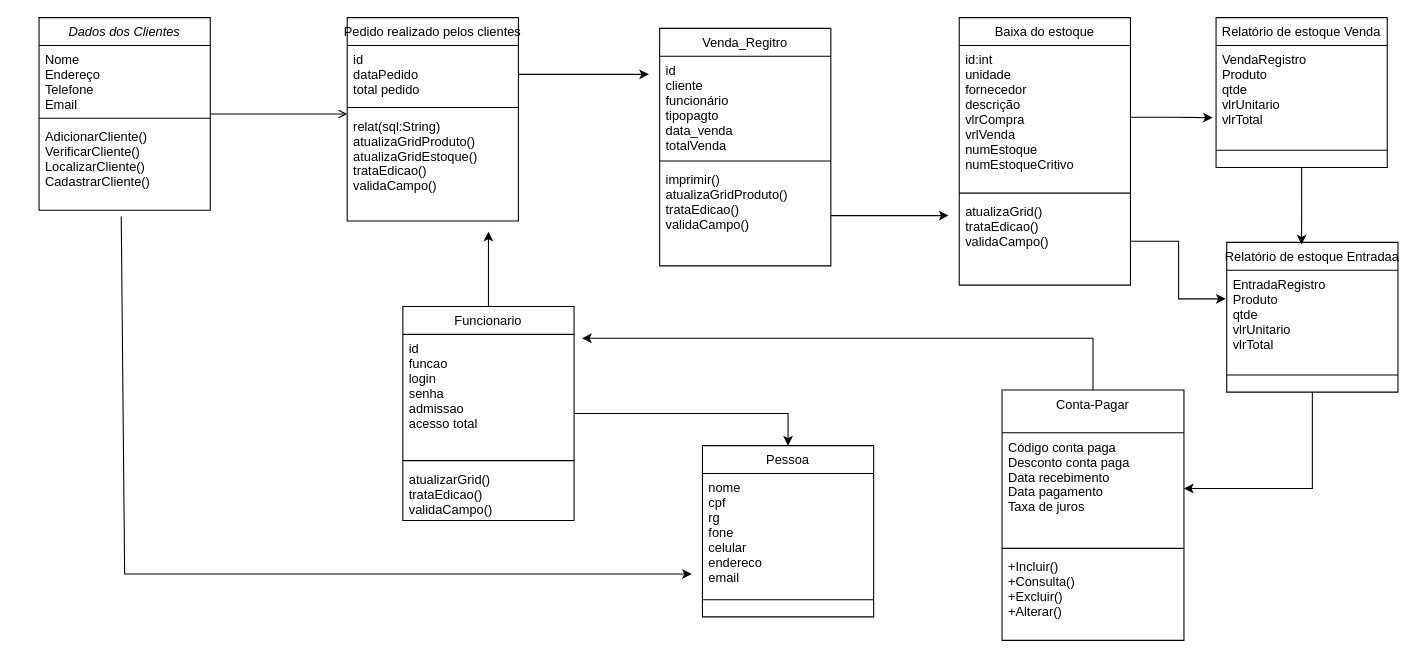
The draw.io diagram Diagrama de classe Agropets.drawio in Mih07/Mih07, before the edit. Source tidied: cells renumbered, new cells numbered last; positions are measured from the earlier drawing's top-left corner, leaving out a move shared by most shapes. Both pictures are drawn from the tidied source at 107%, with x=0, y=0 at pixel (39, 17).
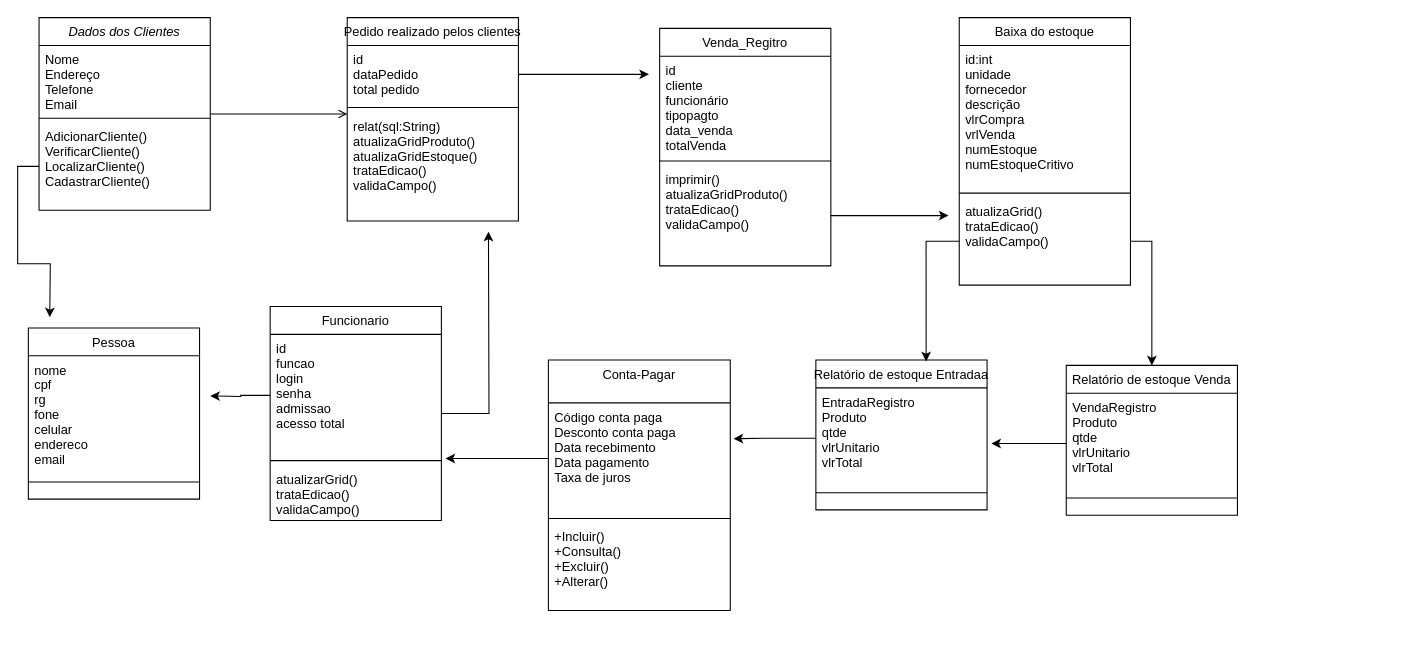
After the change.

The change refers to these unchanged cells:
```xml
<mxCell id="2" value="Dados dos Clientes" style="swimlane;fontStyle=2;align=center;verticalAlign=top;horizontal=1;startSize=26;rounded=0;shadow=0;strokeWidth=1;" parent="1" vertex="1">
  <mxGeometry width="160" height="180" as="geometry" />
</mxCell>
<mxCell id="5" value="AdicionarCliente()&#10;VerificarCliente()&#10;LocalizarCliente()&#10;CadastrarCliente()" style="text;align=left;verticalAlign=top;spacingLeft=4;spacingRight=4;overflow=hidden;points=[[0,0.5],[1,0.5]];portConstraint=eastwest;" parent="2" vertex="1">
  <mxGeometry y="98" width="160" height="82" as="geometry" />
</mxCell>
<mxCell id="12" value="id:int&#10;unidade&#10;fornecedor&#10;descrição&#10;vlrCompra&#10;vrlVenda&#10;numEstoque&#10;numEstoqueCritivo&#10;" style="text;align=left;verticalAlign=top;spacingLeft=4;spacingRight=4;overflow=hidden;points=[[0,0.5],[1,0.5]];portConstraint=eastwest;rounded=0;shadow=0;html=0;" parent="11" vertex="1">
  <mxGeometry y="26" width="160" height="134" as="geometry" />
</mxCell>
<mxCell id="14" value="atualizaGrid()&#10;trataEdicao()&#10;validaCampo()" style="text;align=left;verticalAlign=top;spacingLeft=4;spacingRight=4;overflow=hidden;points=[[0,0.5],[1,0.5]];portConstraint=eastwest;" parent="11" vertex="1">
  <mxGeometry y="168" width="160" height="82" as="geometry" />
</mxCell>
<mxCell id="16" value="VendaRegistro&#10;Produto&#10;qtde&#10;vlrUnitario&#10;vlrTotal&#10;" style="text;align=left;verticalAlign=top;spacingLeft=4;spacingRight=4;overflow=hidden;points=[[0,0.5],[1,0.5]];portConstraint=eastwest;rounded=0;shadow=0;html=0;" parent="15" vertex="1">
  <mxGeometry y="26" width="160" height="94" as="geometry" />
</mxCell>
<mxCell id="19" value="Código conta paga&#10;Desconto conta paga&#10;Data recebimento&#10;Data pagamento&#10;Taxa de juros" style="text;align=left;verticalAlign=top;spacingLeft=4;spacingRight=4;overflow=hidden;points=[[0,0.5],[1,0.5]];portConstraint=eastwest;rounded=0;shadow=0;html=0;" parent="18" vertex="1">
  <mxGeometry y="40" width="170" height="104" as="geometry" />
</mxCell>
<mxCell id="25" value="id&#10;funcao&#10;login&#10;senha&#10;admissao&#10;acesso total&#10;" style="text;align=left;verticalAlign=top;spacingLeft=4;spacingRight=4;overflow=hidden;points=[[0,0.5],[1,0.5]];portConstraint=eastwest;rounded=0;shadow=0;html=0;" parent="24" vertex="1">
  <mxGeometry y="26" width="160" height="114" as="geometry" />
</mxCell>
<mxCell id="27" value="atualizarGrid()&#10;trataEdicao()&#10;validaCampo()" style="text;align=left;verticalAlign=top;spacingLeft=4;spacingRight=4;overflow=hidden;points=[[0,0.5],[1,0.5]];portConstraint=eastwest;" parent="24" vertex="1">
  <mxGeometry y="148" width="160" height="52" as="geometry" />
</mxCell>
<mxCell id="30" value="EntradaRegistro&#10;Produto&#10;qtde&#10;vlrUnitario&#10;vlrTotal&#10;" style="text;align=left;verticalAlign=top;spacingLeft=4;spacingRight=4;overflow=hidden;points=[[0,0.5],[1,0.5]];portConstraint=eastwest;rounded=0;shadow=0;html=0;" parent="29" vertex="1">
  <mxGeometry y="26" width="160" height="94" as="geometry" />
</mxCell>
```

The edit, as a diff of the source:
```diff
@@
+    <mxCell id="46" style="edgeStyle=orthogonalEdgeStyle;rounded=0;jettySize=auto;html=1;exitX=0;exitY=0.5;exitDx=0;exitDy=0;" parent="2" edge="1" source="5">
+      <mxGeometry relative="1" as="geometry">
+        <mxPoint x="10" y="280" as="targetPoint" />
+      </mxGeometry>
+    </mxCell>
@@
     <mxCell id="15" value="Relatório de estoque Venda" style="swimlane;fontStyle=0;align=center;verticalAlign=top;horizontal=1;startSize=26;rounded=0;shadow=0;strokeWidth=1;" parent="1" vertex="1">
-      <mxGeometry x="1100" width="160" height="140" as="geometry" />
+      <mxGeometry x="960" y="325" width="160" height="140" as="geometry" />
     </mxCell>
@@
     <mxCell id="18" value="Conta-Pagar&#10;" style="swimlane;fontStyle=0;align=center;verticalAlign=top;horizontal=1;startSize=40;rounded=0;shadow=0;strokeWidth=1;fontSize=12;swimlaneLine=1;" parent="1" vertex="1">
-      <mxGeometry x="900" y="348" width="170" height="234" as="geometry" />
+      <mxGeometry x="476" y="320" width="170" height="234" as="geometry" />
     </mxCell>
@@
-    <mxCell id="22" style="edgeStyle=orthogonalEdgeStyle;rounded=0;jettySize=auto;html=1;entryX=0.5;entryY=0;entryDx=0;entryDy=0;" parent="1" edge="1" source="24" target="37">
-      <mxGeometry relative="1" as="geometry" />
-    </mxCell>
@@
     <mxCell id="24" value="Funcionario" style="swimlane;fontStyle=0;align=center;verticalAlign=top;horizontal=1;startSize=26;rounded=0;shadow=0;strokeWidth=1;" parent="1" vertex="1">
-      <mxGeometry x="340" y="270" width="160" height="200" as="geometry" />
+      <mxGeometry x="216" y="270" width="160" height="200" as="geometry" />
     </mxCell>
+    <mxCell id="47" style="edgeStyle=orthogonalEdgeStyle;rounded=0;jettySize=auto;html=1;exitX=0;exitY=0.5;exitDx=0;exitDy=0;" parent="24" edge="1" source="25">
+      <mxGeometry relative="1" as="geometry">
+        <mxPoint x="-56" y="83.5" as="targetPoint" />
+      </mxGeometry>
+    </mxCell>
@@
-    <mxCell id="28" style="edgeStyle=orthogonalEdgeStyle;rounded=0;jettySize=auto;html=1;" parent="1" edge="1" source="29" target="19">
-      <mxGeometry relative="1" as="geometry" />
-    </mxCell>
     <mxCell id="29" value="Relatório de estoque Entradaa" style="swimlane;fontStyle=0;align=center;verticalAlign=top;horizontal=1;startSize=26;rounded=0;shadow=0;strokeWidth=1;" parent="1" vertex="1">
-      <mxGeometry x="1110" y="210" width="160" height="140" as="geometry" />
+      <mxGeometry x="726" y="320" width="160" height="140" as="geometry" />
     </mxCell>
@@
     <mxCell id="37" value="Pessoa" style="swimlane;fontStyle=0;align=center;verticalAlign=top;horizontal=1;startSize=26;rounded=0;shadow=0;strokeWidth=1;" parent="1" vertex="1">
-      <mxGeometry x="620" y="400" width="160" height="160" as="geometry" />
+      <mxGeometry x="-10" y="290" width="160" height="160" as="geometry" />
     </mxCell>
@@
-    <mxCell id="41" style="endArrow=classic;html=1;rounded=0;exitX=0.48;exitY=1.071;exitDx=0;exitDy=0;exitPerimeter=0;" parent="1" edge="1" source="5">
-      <mxGeometry relative="1" as="geometry">
-        <mxPoint x="610" y="520" as="targetPoint" />
-        <Array as="points">
-          <mxPoint x="80" y="520" />
-        </Array>
-      </mxGeometry>
-    </mxCell>
-    <mxCell id="42" style="edgeStyle=orthogonalEdgeStyle;rounded=0;jettySize=auto;html=1;entryX=-0.02;entryY=0.718;entryDx=0;entryDy=0;entryPerimeter=0;" parent="1" edge="1" source="12" target="16">
-      <mxGeometry relative="1" as="geometry" />
-    </mxCell>
-    <mxCell id="43" style="edgeStyle=orthogonalEdgeStyle;rounded=0;jettySize=auto;html=1;exitX=1;exitY=0.5;exitDx=0;exitDy=0;entryX=-0.006;entryY=0.285;entryDx=0;entryDy=0;entryPerimeter=0;" parent="1" edge="1" source="14" target="30">
-      <mxGeometry relative="1" as="geometry" />
-    </mxCell>
-    <mxCell id="44" style="edgeStyle=orthogonalEdgeStyle;rounded=0;jettySize=auto;html=1;exitX=0.5;exitY=1;exitDx=0;exitDy=0;entryX=0.437;entryY=0.014;entryDx=0;entryDy=0;entryPerimeter=0;" parent="1" edge="1" source="15" target="29">
-      <mxGeometry relative="1" as="geometry" />
-    </mxCell>
-    <mxCell id="45" style="edgeStyle=orthogonalEdgeStyle;rounded=0;jettySize=auto;html=1;exitX=0.5;exitY=0;exitDx=0;exitDy=0;entryX=1.047;entryY=0.032;entryDx=0;entryDy=0;entryPerimeter=0;" parent="1" edge="1" source="18" target="25">
-      <mxGeometry relative="1" as="geometry" />
-    </mxCell>
+    <mxCell id="48" style="edgeStyle=orthogonalEdgeStyle;rounded=0;jettySize=auto;html=1;exitX=1;exitY=0.5;exitDx=0;exitDy=0;entryX=0.5;entryY=0;entryDx=0;entryDy=0;" parent="1" edge="1" source="14" target="15">
+      <mxGeometry relative="1" as="geometry" />
+    </mxCell>
+    <mxCell id="49" style="edgeStyle=orthogonalEdgeStyle;rounded=0;jettySize=auto;html=1;exitX=0;exitY=0.5;exitDx=0;exitDy=0;" parent="1" edge="1" source="16">
+      <mxGeometry relative="1" as="geometry">
+        <mxPoint x="890" y="398" as="targetPoint" />
+      </mxGeometry>
+    </mxCell>
+    <mxCell id="50" style="edgeStyle=orthogonalEdgeStyle;rounded=0;jettySize=auto;html=1;exitX=0;exitY=0.5;exitDx=0;exitDy=0;entryX=0.644;entryY=0.009;entryDx=0;entryDy=0;entryPerimeter=0;" parent="1" edge="1" source="14" target="29">
+      <mxGeometry relative="1" as="geometry" />
+    </mxCell>
+    <mxCell id="51" style="edgeStyle=orthogonalEdgeStyle;rounded=0;jettySize=auto;html=1;exitX=0;exitY=0.5;exitDx=0;exitDy=0;entryX=1.018;entryY=0.322;entryDx=0;entryDy=0;entryPerimeter=0;" parent="1" edge="1" source="30" target="19">
+      <mxGeometry relative="1" as="geometry" />
+    </mxCell>
+    <mxCell id="52" style="edgeStyle=orthogonalEdgeStyle;rounded=0;jettySize=auto;html=1;exitX=0;exitY=0.5;exitDx=0;exitDy=0;entryX=1.024;entryY=-0.115;entryDx=0;entryDy=0;entryPerimeter=0;" parent="1" edge="1" source="19" target="27">
+      <mxGeometry relative="1" as="geometry" />
+    </mxCell>
```
